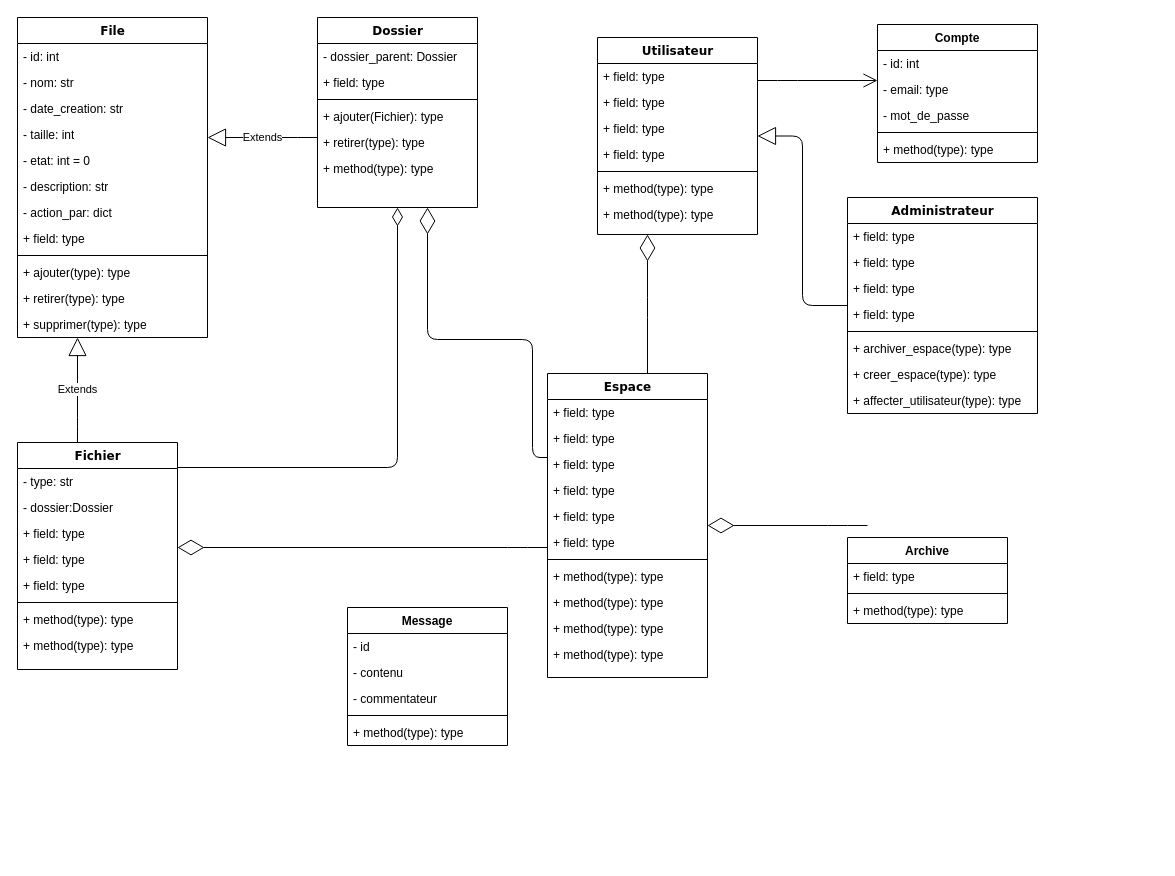
Earlier version of the draw.io diagram diagrams/Class.drawio (AbdourahamaneIssakaSani/ged). Source tidied: cells renumbered, new cells numbered last; positions are measured from the earlier drawing's top-left corner, leaving out a move shared by most shapes. Both pictures are drawn from the tidied source at 100%, with x=0, y=0 at pixel (17, 17).
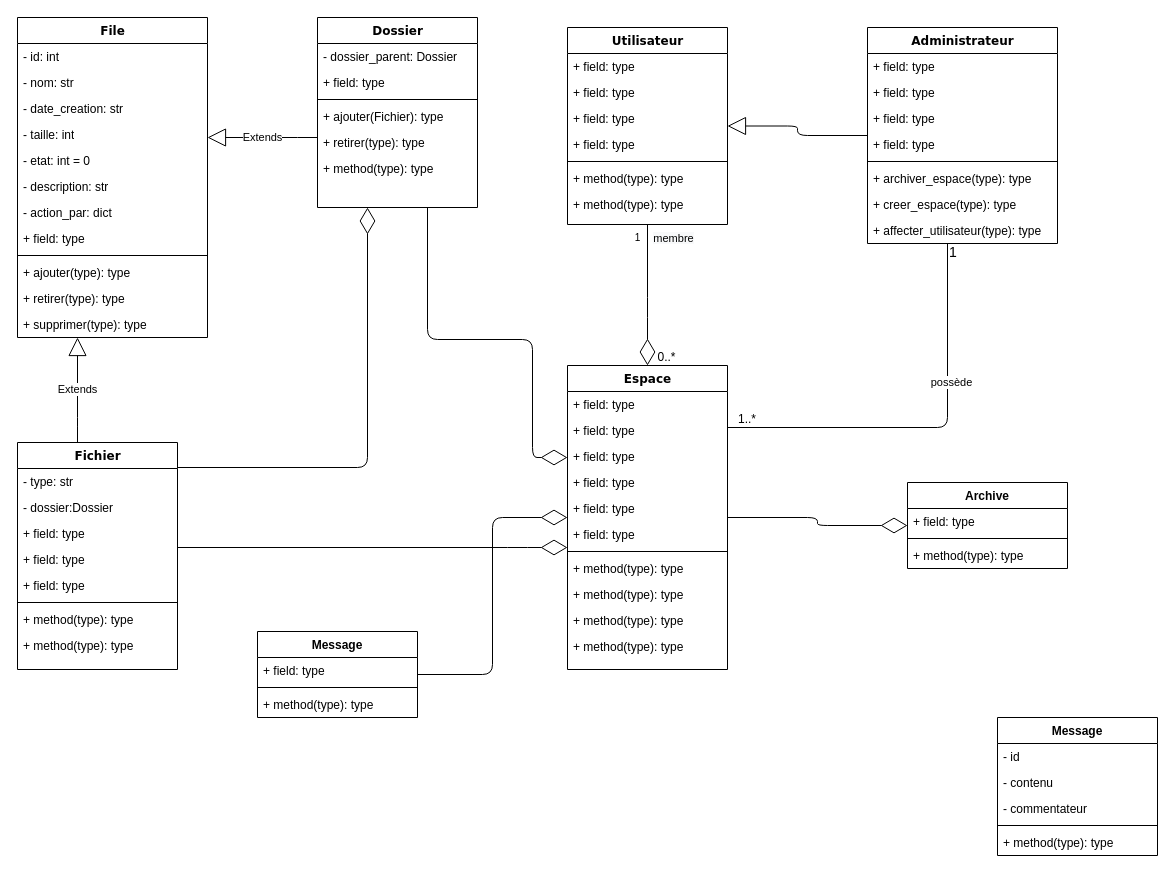
Above is the later version.

Unchanged cells that the change refers to:
```xml
<mxCell id="3" value="Fichier" style="swimlane;html=1;fontStyle=1;align=center;verticalAlign=top;horizontal=1;startSize=26;swimlaneFillColor=#ffffff;rounded=0;shadow=0;comic=0;labelBackgroundColor=none;strokeWidth=1;fillColor=none;fontFamily=Verdana;fontSize=12;" parent="1" vertex="1">
  <mxGeometry y="425" width="160" height="227" as="geometry" />
</mxCell>
<mxCell id="12" value="Dossier" style="swimlane;html=1;fontStyle=1;align=center;verticalAlign=top;horizontal=1;startSize=26;swimlaneFillColor=#ffffff;rounded=0;shadow=0;comic=0;labelBackgroundColor=none;strokeWidth=1;fillColor=none;fontFamily=Verdana;fontSize=12;" parent="1" vertex="1">
  <mxGeometry x="300" width="160" height="190" as="geometry" />
</mxCell>
```

Diff of the diagram source:
```diff
@@
-    <mxCell id="2" style="endArrow=diamondThin;endFill=0;endSize=24;html=1;edgeStyle=orthogonalEdgeStyle;" parent="1" edge="1" source="27" target="12">
+    <mxCell id="2" style="endArrow=diamondThin;endFill=0;endSize=24;html=1;edgeStyle=orthogonalEdgeStyle;" parent="1" edge="1" source="12" target="27">
       <mxGeometry relative="1" as="geometry">
         <Array as="points">
+          <mxPoint x="410" y="322" />
+          <mxPoint x="515" y="322" />
           <mxPoint x="515" y="440" />
-          <mxPoint x="515" y="322" />
-          <mxPoint x="410" y="322" />
         </Array>
       </mxGeometry>
     </mxCell>
@@
     <mxCell id="19" value="Utilisateur" style="swimlane;html=1;fontStyle=1;align=center;verticalAlign=top;horizontal=1;startSize=26;swimlaneFillColor=#ffffff;rounded=0;shadow=0;comic=0;labelBackgroundColor=none;strokeWidth=1;fontFamily=Verdana;fontSize=12;" parent="1" vertex="1">
-      <mxGeometry x="580" y="20" width="160" height="197" as="geometry" />
+      <mxGeometry x="550" y="10" width="160" height="197" as="geometry" />
     </mxCell>
@@
     <mxCell id="27" value="Espace" style="swimlane;html=1;fontStyle=1;align=center;verticalAlign=top;horizontal=1;startSize=26;swimlaneFillColor=#ffffff;rounded=0;shadow=0;comic=0;labelBackgroundColor=none;strokeWidth=1;fillColor=none;fontFamily=Verdana;fontSize=12;" parent="1" vertex="1">
-      <mxGeometry x="530" y="356" width="160" height="304" as="geometry" />
+      <mxGeometry x="550" y="348" width="160" height="304" as="geometry" />
     </mxCell>
@@
     <mxCell id="40" value="Administrateur" style="swimlane;html=1;fontStyle=1;align=center;verticalAlign=top;horizontal=1;startSize=26;swimlaneFillColor=#ffffff;rounded=0;shadow=0;comic=0;labelBackgroundColor=none;strokeWidth=1;fillColor=none;fontFamily=Verdana;fontSize=12;" parent="1" vertex="1">
-      <mxGeometry x="830" y="180" width="190" height="216" as="geometry" />
+      <mxGeometry x="850" y="10" width="190" height="216" as="geometry" />
     </mxCell>
@@
-    <mxCell id="49" style="edgeStyle=orthogonalEdgeStyle;html=1;labelBackgroundColor=none;startFill=0;startSize=8;endArrow=diamondThin;endFill=0;endSize=16;fontFamily=Verdana;fontSize=12;elbow=vertical;" parent="1" edge="1" source="3" target="12">
+    <mxCell id="49" style="edgeStyle=orthogonalEdgeStyle;html=1;labelBackgroundColor=none;startFill=0;startSize=6;endArrow=diamondThin;endFill=0;endSize=24;fontFamily=Verdana;fontSize=12;elbow=vertical;" parent="1" edge="1" source="3" target="12">
       <mxGeometry relative="1" as="geometry">
         <Array as="points">
-          <mxPoint x="380" y="450" />
+          <mxPoint x="350" y="450" />
         </Array>
       </mxGeometry>
     </mxCell>
-    <mxCell id="50" value="Compte" style="swimlane;fontStyle=1;align=center;verticalAlign=top;horizontal=1;startSize=26;" parent="1" vertex="1">
-      <mxGeometry x="860" y="7" width="160" height="138" as="geometry" />
-    </mxCell>
-    <mxCell id="51" value="- id: int" style="text;strokeColor=none;fillColor=none;align=left;verticalAlign=top;spacingLeft=4;spacingRight=4;overflow=hidden;" parent="50" vertex="1">
-      <mxGeometry y="26" width="160" height="26" as="geometry" />
-    </mxCell>
-    <mxCell id="52" value="- email: type" style="text;strokeColor=none;fillColor=none;align=left;verticalAlign=top;spacingLeft=4;spacingRight=4;overflow=hidden;" parent="50" vertex="1">
-      <mxGeometry y="52" width="160" height="26" as="geometry" />
-    </mxCell>
-    <mxCell id="53" value="- mot_de_passe" style="text;strokeColor=none;fillColor=none;align=left;verticalAlign=top;spacingLeft=4;spacingRight=4;overflow=hidden;" parent="50" vertex="1">
-      <mxGeometry y="78" width="160" height="26" as="geometry" />
-    </mxCell>
-    <mxCell id="54" style="line;strokeWidth=1;fillColor=none;align=left;verticalAlign=middle;spacingTop=-1;spacingLeft=3;spacingRight=3;labelPosition=right;" parent="50" vertex="1">
-      <mxGeometry y="104" width="160" height="8" as="geometry" />
-    </mxCell>
-    <mxCell id="55" value="+ method(type): type" style="text;strokeColor=none;fillColor=none;align=left;verticalAlign=top;spacingLeft=4;spacingRight=4;overflow=hidden;" parent="50" vertex="1">
-      <mxGeometry y="112" width="160" height="26" as="geometry" />
-    </mxCell>
-    <mxCell id="56" style="endArrow=diamondThin;endFill=0;endSize=24;html=1;edgeStyle=orthogonalEdgeStyle;" parent="1" edge="1" target="27">
-      <mxGeometry relative="1" as="geometry">
-        <mxPoint x="850" y="508" as="sourcePoint" />
-        <Array as="points">
-          <mxPoint x="820" y="508" />
-          <mxPoint x="820" y="508" />
-        </Array>
-      </mxGeometry>
+    <mxCell id="56" style="endArrow=diamondThin;endFill=0;endSize=24;html=1;edgeStyle=orthogonalEdgeStyle;" parent="1" edge="1" source="27" target="59">
+      <mxGeometry relative="1" as="geometry" />
     </mxCell>
-    <mxCell id="57" style="endArrow=diamondThin;endFill=0;endSize=24;html=1;edgeStyle=elbowEdgeStyle;elbow=vertical;" parent="1" edge="1" source="27" target="3">
+    <mxCell id="57" style="endArrow=diamondThin;endFill=0;endSize=24;html=1;edgeStyle=elbowEdgeStyle;elbow=vertical;" parent="1" edge="1" source="3" target="27">
       <mxGeometry relative="1" as="geometry">
         <Array as="points">
           <mxPoint x="500" y="530" />
         </Array>
       </mxGeometry>
     </mxCell>
-    <mxCell id="58" style="endArrow=diamondThin;endFill=0;endSize=24;html=1;edgeStyle=elbowEdgeStyle;" parent="1" edge="1" source="27" target="19">
-      <mxGeometry relative="1" as="geometry">
+    <mxCell id="58" value="&lt;font size=&quot;1&quot;&gt;1&lt;/font&gt;" style="endArrow=diamondThin;endFill=0;endSize=24;html=1;edgeStyle=elbowEdgeStyle;" parent="1" edge="1" source="19" target="27">
+      <mxGeometry x="-0.82" y="-10" relative="1" as="geometry">
         <Array as="points">
           <mxPoint x="630" y="290" />
+          <mxPoint x="610" y="270" />
+          <mxPoint x="630" y="300" />
         </Array>
       </mxGeometry>
     </mxCell>
+    <mxCell id="85" value="0..*" style="edgeLabel;html=1;align=center;verticalAlign=middle;fontSize=12;" parent="58" vertex="1">
+      <mxGeometry x="0.45" y="5" relative="1" as="geometry">
+        <mxPoint x="13" y="30" as="offset" />
+      </mxGeometry>
+    </mxCell>
+    <mxCell id="86" value="&lt;span style=&quot;font-size: 11px ; background-color: rgb(248 , 249 , 250)&quot;&gt;membre&lt;/span&gt;" style="edgeLabel;html=1;align=center;verticalAlign=middle;fontSize=12;" parent="58" vertex="1">
+      <mxGeometry x="-0.24" y="4" relative="1" as="geometry">
+        <mxPoint x="21" y="-41" as="offset" />
+      </mxGeometry>
+    </mxCell>
     <mxCell id="59" value="Archive" style="swimlane;fontStyle=1;align=center;verticalAlign=top;horizontal=1;startSize=26;" parent="1" vertex="1">
-      <mxGeometry x="830" y="520" width="160" height="86" as="geometry" />
+      <mxGeometry x="890" y="465" width="160" height="86" as="geometry" />
     </mxCell>
@@
-    <mxCell id="63" style="endArrow=open;endFill=1;endSize=12;html=1;shadow=0;edgeStyle=orthogonalEdgeStyle;" parent="1" edge="1" source="19" target="50">
-      <mxGeometry relative="1" as="geometry">
-        <Array as="points">
-          <mxPoint x="770" y="63" />
-          <mxPoint x="770" y="63" />
-        </Array>
-      </mxGeometry>
-    </mxCell>
@@
     <mxCell id="79" value="Message" style="swimlane;fontStyle=1;align=center;verticalAlign=top;horizontal=1;startSize=26;" parent="1" vertex="1">
-      <mxGeometry x="330" y="590" width="160" height="138" as="geometry" />
+      <mxGeometry x="980" y="700" width="160" height="138" as="geometry" />
     </mxCell>
@@
+    <mxCell id="87" style="endArrow=diamondThin;endFill=0;endSize=24;html=1;snapToPoint=0;fixDash=0;noJump=0;shadow=0;sketch=0;edgeStyle=orthogonalEdgeStyle;" parent="1" edge="1" source="88" target="27">
+      <mxGeometry relative="1" as="geometry" />
+    </mxCell>
+    <mxCell id="88" value="Message" style="swimlane;fontStyle=1;align=center;verticalAlign=top;horizontal=1;startSize=26;" parent="1" vertex="1">
+      <mxGeometry x="240" y="614" width="160" height="86" as="geometry" />
+    </mxCell>
+    <mxCell id="89" value="+ field: type" style="text;strokeColor=none;fillColor=none;align=left;verticalAlign=top;spacingLeft=4;spacingRight=4;overflow=hidden;" parent="88" vertex="1">
+      <mxGeometry y="26" width="160" height="26" as="geometry" />
+    </mxCell>
+    <mxCell id="90" style="line;strokeWidth=1;fillColor=none;align=left;verticalAlign=middle;spacingTop=-1;spacingLeft=3;spacingRight=3;labelPosition=right;" parent="88" vertex="1">
+      <mxGeometry y="52" width="160" height="8" as="geometry" />
+    </mxCell>
+    <mxCell id="55" value="+ method(type): type" style="text;strokeColor=none;fillColor=none;align=left;verticalAlign=top;spacingLeft=4;spacingRight=4;overflow=hidden;" parent="88" vertex="1">
+      <mxGeometry y="60" width="160" height="26" as="geometry" />
+    </mxCell>
+    <mxCell id="91" style="endArrow=none;html=1;shadow=0;startSize=6;endSize=24;edgeStyle=orthogonalEdgeStyle;" parent="1" edge="1" source="40" target="27">
+      <mxGeometry relative="1" as="geometry">
+        <Array as="points">
+          <mxPoint x="930" y="410" />
+        </Array>
+      </mxGeometry>
+    </mxCell>
+    <mxCell id="92" value="1" style="edgeLabel;html=1;align=left;verticalAlign=bottom;fontSize=14;" parent="91" vertex="1">
+      <mxGeometry x="-1" relative="1" as="geometry">
+        <mxPoint y="19" as="offset" />
+      </mxGeometry>
+    </mxCell>
+    <mxCell id="93" value="1..*" style="edgeLabel;html=1;align=right;verticalAlign=bottom;fontSize=12;" parent="91" vertex="1">
+      <mxGeometry x="1" relative="1" as="geometry">
+        <mxPoint x="29" as="offset" />
+      </mxGeometry>
+    </mxCell>
+    <mxCell id="94" value="possède" style="edgeLabel;html=1;align=center;verticalAlign=middle;" parent="91" vertex="1">
+      <mxGeometry x="-0.31" y="3" relative="1" as="geometry">
+        <mxPoint y="-1" as="offset" />
+      </mxGeometry>
+    </mxCell>
```
